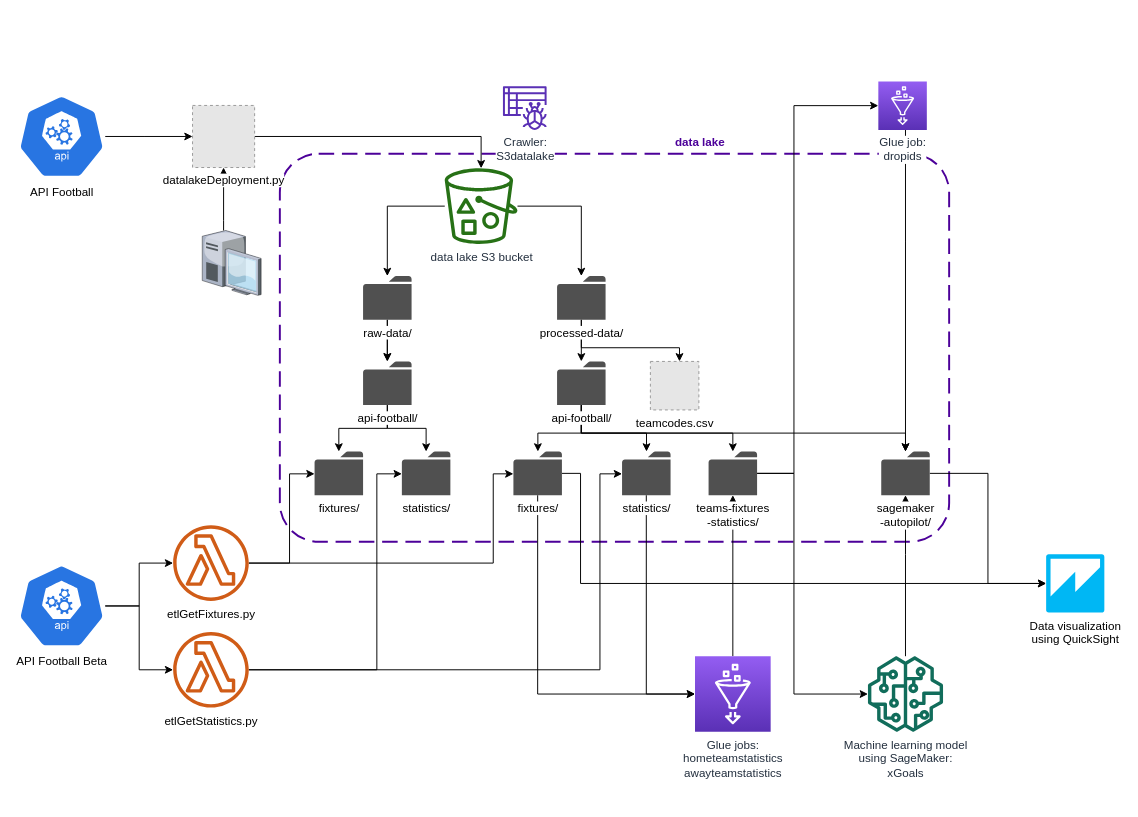
mbahra/AWS_Data_Engineer keeps this draw.io diagram as page "awsDataEngineer" (1 of 7) of draw.io/workflow.drawio. Above is the earlier version. Source tidied: cells renumbered, new cells numbered last; positions are measured from the earlier drawing's top-left corner, leaving out a move shared by most shapes. Both pictures are drawn from the tidied source at 97%, with x=0, y=0 at pixel (17, 81). Pictures stored in the file or linked from it are replaced by grey dashed boxes.
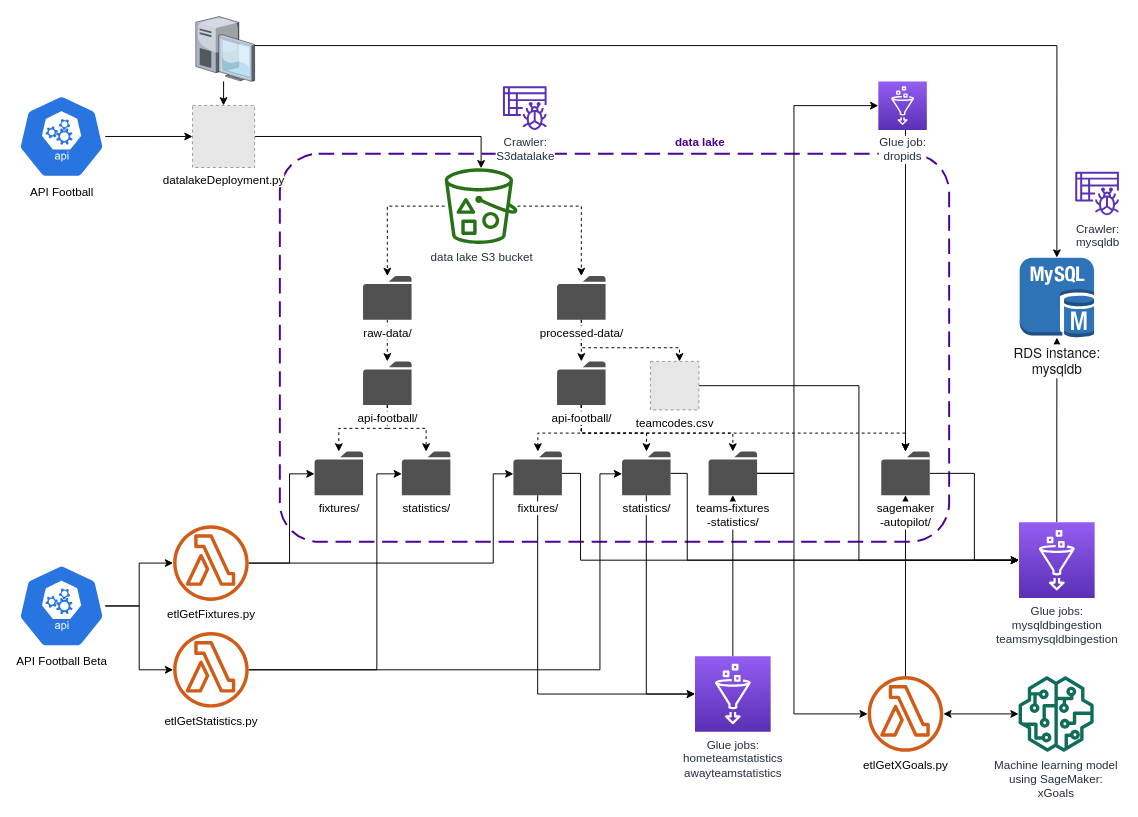
After the change.

Unchanged cells that the change refers to:
```xml
<mxCell id="22" value="fixtures/" style="shadow=0;dashed=0;html=1;strokeColor=none;fillColor=#505050;labelPosition=center;verticalLabelPosition=bottom;verticalAlign=top;outlineConnect=0;align=center;shape=mxgraph.office.concepts.folder;labelBackgroundColor=#ffffff;" parent="1" vertex="1">
  <mxGeometry x="305.8" y="382" width="50" height="45" as="geometry" />
</mxCell>
<mxCell id="23" value="statistics/" style="shadow=0;dashed=0;html=1;strokeColor=none;fillColor=#505050;labelPosition=center;verticalLabelPosition=bottom;verticalAlign=top;outlineConnect=0;align=center;shape=mxgraph.office.concepts.folder;labelBackgroundColor=#ffffff;" parent="1" vertex="1">
  <mxGeometry x="395.8" y="382" width="50" height="45" as="geometry" />
</mxCell>
<mxCell id="28" value="api-football/" style="shadow=0;dashed=0;html=1;strokeColor=none;fillColor=#505050;labelPosition=center;verticalLabelPosition=bottom;verticalAlign=top;outlineConnect=0;align=center;shape=mxgraph.office.concepts.folder;labelBackgroundColor=#ffffff;" parent="1" vertex="1">
  <mxGeometry x="555.8" y="289.1" width="50" height="45" as="geometry" />
</mxCell>
<mxCell id="31" value="fixtures/" style="shadow=0;dashed=0;html=1;strokeColor=none;fillColor=#505050;labelPosition=center;verticalLabelPosition=bottom;verticalAlign=top;outlineConnect=0;align=center;shape=mxgraph.office.concepts.folder;labelBackgroundColor=#ffffff;" parent="1" vertex="1">
  <mxGeometry x="510.8" y="382" width="50" height="45" as="geometry" />
</mxCell>
<mxCell id="33" value="statistics/" style="shadow=0;dashed=0;html=1;strokeColor=none;fillColor=#505050;labelPosition=center;verticalLabelPosition=bottom;verticalAlign=top;outlineConnect=0;align=center;shape=mxgraph.office.concepts.folder;labelBackgroundColor=#ffffff;" parent="1" vertex="1">
  <mxGeometry x="622.8" y="382" width="50" height="45" as="geometry" />
</mxCell>
<mxCell id="36" value="data lake S3 bucket" style="outlineConnect=0;fontColor=#232F3E;gradientColor=none;fillColor=#277116;strokeColor=none;dashed=0;verticalLabelPosition=bottom;verticalAlign=top;align=center;html=1;fontSize=12;fontStyle=0;shape=mxgraph.aws4.bucket_with_objects;" parent="1" vertex="1">
  <mxGeometry x="440" y="90" width="75" height="78" as="geometry" />
</mxCell>
<mxCell id="39" value="api-football/" style="shadow=0;dashed=0;html=1;strokeColor=none;fillColor=#505050;labelPosition=center;verticalLabelPosition=bottom;verticalAlign=top;outlineConnect=0;align=center;shape=mxgraph.office.concepts.folder;labelBackgroundColor=#ffffff;" parent="1" vertex="1">
  <mxGeometry x="355.8" y="289.1" width="50" height="45" as="geometry" />
</mxCell>
<mxCell id="40" value="raw-data/" style="shadow=0;dashed=0;html=1;strokeColor=none;fillColor=#505050;labelPosition=center;verticalLabelPosition=bottom;verticalAlign=top;outlineConnect=0;align=center;shape=mxgraph.office.concepts.folder;labelBackgroundColor=#ffffff;" parent="1" vertex="1">
  <mxGeometry x="355.8" y="201.1" width="50" height="45" as="geometry" />
</mxCell>
<mxCell id="42" value="processed-data/" style="shadow=0;dashed=0;html=1;strokeColor=none;fillColor=#505050;labelPosition=center;verticalLabelPosition=bottom;verticalAlign=top;outlineConnect=0;align=center;shape=mxgraph.office.concepts.folder;labelBackgroundColor=#ffffff;" parent="1" vertex="1">
  <mxGeometry x="555.8" y="201.1" width="50" height="45" as="geometry" />
</mxCell>
<mxCell id="45" value="teams-fixtures&lt;br&gt;-statistics/" style="shadow=0;dashed=0;html=1;strokeColor=none;fillColor=#505050;labelPosition=center;verticalLabelPosition=bottom;verticalAlign=top;outlineConnect=0;align=center;shape=mxgraph.office.concepts.folder;labelBackgroundColor=#ffffff;" parent="1" vertex="1">
  <mxGeometry x="712" y="382" width="50" height="45" as="geometry" />
</mxCell>
<mxCell id="47" value="sagemaker&lt;br&gt;-autopilot/" style="shadow=0;dashed=0;html=1;strokeColor=none;fillColor=#505050;labelPosition=center;verticalLabelPosition=bottom;verticalAlign=top;outlineConnect=0;align=center;shape=mxgraph.office.concepts.folder;labelBackgroundColor=#ffffff;" parent="1" vertex="1">
  <mxGeometry x="890" y="382" width="50" height="45" as="geometry" />
</mxCell>
<mxCell id="51" value="datalakeDeployment.py" style="fillColor=#E6E6E6;strokeColor=#999999;dashed=1;html=1;verticalAlign=top;verticalLabelPosition=bottom;labelBackgroundColor=#ffffff;" parent="1" vertex="1">
  <mxGeometry x="180" y="25.2" width="64" height="64" as="geometry" />
</mxCell>
<mxCell id="54" value="teamcodes.csv" style="fillColor=#E6E6E6;strokeColor=#999999;dashed=1;html=1;verticalAlign=top;verticalLabelPosition=bottom;labelBackgroundColor=#ffffff;" parent="1" vertex="1">
  <mxGeometry x="652" y="289.1" width="50" height="50" as="geometry" />
</mxCell>
```

Change to the diagram source:
```diff
@@
+    <mxCell id="57" style="edgeStyle=orthogonalEdgeStyle;rounded=0;jettySize=auto;html=1;" parent="1" edge="1" source="67" target="47">
+      <mxGeometry relative="1" as="geometry" />
+    </mxCell>
@@
-    <mxCell id="3" style="edgeStyle=orthogonalEdgeStyle;rounded=0;jettySize=auto;html=1;" parent="1" edge="1" source="40" target="39">
+    <mxCell id="3" style="edgeStyle=orthogonalEdgeStyle;rounded=0;jettySize=auto;html=1;dashed=1;" parent="1" edge="1" source="40" target="39">
       <mxGeometry relative="1" as="geometry" />
     </mxCell>
@@
-    <mxCell id="6" style="edgeStyle=orthogonalEdgeStyle;rounded=0;jettySize=auto;html=1;" parent="1" edge="1" source="7" target="47">
-      <mxGeometry relative="1" as="geometry">
-        <Array as="points">
-          <mxPoint x="915" y="488" />
-          <mxPoint x="915" y="488" />
-        </Array>
-      </mxGeometry>
-    </mxCell>
     <mxCell id="7" value="Machine learning model&lt;br&gt;using SageMaker:&lt;br&gt;xGoals" style="outlineConnect=0;fontColor=#232F3E;gradientColor=none;fillColor=#116D5B;strokeColor=none;dashed=0;verticalLabelPosition=bottom;verticalAlign=top;align=center;html=1;fontSize=12;fontStyle=0;shape=mxgraph.aws4.sagemaker_model;" parent="1" vertex="1">
-      <mxGeometry x="876" y="593" width="78" height="78" as="geometry" />
+      <mxGeometry x="1031.3" y="613.5" width="78" height="78" as="geometry" />
     </mxCell>
-    <mxCell id="8" value="Data visualization&lt;br&gt;using QuickSight" style="outlineConnect=0;dashed=0;verticalLabelPosition=bottom;verticalAlign=top;align=center;html=1;shape=mxgraph.aws3.quicksight;fillColor=#00B7F4;gradientColor=none;" parent="1" vertex="1">
-      <mxGeometry x="1060" y="488" width="60" height="60" as="geometry" />
-    </mxCell>
@@
-    <mxCell id="20" style="edgeStyle=orthogonalEdgeStyle;rounded=0;jettySize=auto;html=1;" parent="1" edge="1" source="40" target="39">
-      <mxGeometry relative="1" as="geometry" />
-    </mxCell>
-    <mxCell id="21" style="edgeStyle=orthogonalEdgeStyle;rounded=0;jettySize=auto;html=1;" parent="1" edge="1" source="42" target="28">
+    <mxCell id="21" style="edgeStyle=orthogonalEdgeStyle;rounded=0;jettySize=auto;html=1;dashed=1;" parent="1" edge="1" source="42" target="28">
       <mxGeometry relative="1" as="geometry" />
     </mxCell>
@@
-    <mxCell id="24" style="edgeStyle=orthogonalEdgeStyle;rounded=0;jettySize=auto;html=1;" parent="1" edge="1" source="28" target="31">
+    <mxCell id="24" style="edgeStyle=orthogonalEdgeStyle;rounded=0;jettySize=auto;html=1;dashed=1;" parent="1" edge="1" source="28" target="31">
       <mxGeometry relative="1" as="geometry">
         <Array as="points">
           <mxPoint x="581" y="363" />
           <mxPoint x="536" y="363" />
         </Array>
       </mxGeometry>
     </mxCell>
-    <mxCell id="25" style="edgeStyle=orthogonalEdgeStyle;rounded=0;jettySize=auto;html=1;" parent="1" edge="1" source="28" target="33">
+    <mxCell id="25" style="edgeStyle=orthogonalEdgeStyle;rounded=0;jettySize=auto;html=1;dashed=1;" parent="1" edge="1" source="28" target="33">
       <mxGeometry relative="1" as="geometry">
         <Array as="points">
           <mxPoint x="581" y="363" />
           <mxPoint x="648" y="363" />
         </Array>
       </mxGeometry>
     </mxCell>
-    <mxCell id="26" style="edgeStyle=orthogonalEdgeStyle;rounded=0;jettySize=auto;html=1;" parent="1" edge="1" source="28" target="45">
+    <mxCell id="26" style="edgeStyle=orthogonalEdgeStyle;rounded=0;jettySize=auto;html=1;dashed=1;" parent="1" edge="1" source="28" target="45">
       <mxGeometry relative="1" as="geometry">
         <Array as="points">
           <mxPoint x="581" y="363" />
           <mxPoint x="737" y="363" />
         </Array>
       </mxGeometry>
     </mxCell>
-    <mxCell id="27" style="edgeStyle=orthogonalEdgeStyle;rounded=0;jettySize=auto;html=1;" parent="1" edge="1" source="28" target="47">
+    <mxCell id="27" style="edgeStyle=orthogonalEdgeStyle;rounded=0;jettySize=auto;html=1;dashed=1;" parent="1" edge="1" source="28" target="47">
       <mxGeometry relative="1" as="geometry">
         <Array as="points">
           <mxPoint x="581" y="363" />
           <mxPoint x="915" y="363" />
         </Array>
       </mxGeometry>
     </mxCell>
@@
-    <mxCell id="30" style="edgeStyle=orthogonalEdgeStyle;rounded=0;jettySize=auto;html=1;" parent="1" edge="1" source="31" target="8">
+    <mxCell id="30" style="edgeStyle=orthogonalEdgeStyle;rounded=0;jettySize=auto;html=1;entryX=0;entryY=0.5;entryDx=0;entryDy=0;entryPerimeter=0;" parent="1" edge="1" source="31" target="63">
       <mxGeometry relative="1" as="geometry">
         <Array as="points">
-          <mxPoint x="580" y="404" />
-          <mxPoint x="580" y="518" />
+          <mxPoint x="580" y="404.5" />
+          <mxPoint x="580" y="493.5" />
+          <mxPoint x="1032" y="493.5" />
         </Array>
       </mxGeometry>
     </mxCell>
@@
+    <mxCell id="58" style="edgeStyle=orthogonalEdgeStyle;rounded=0;jettySize=auto;html=1;entryX=0;entryY=0.5;entryDx=0;entryDy=0;entryPerimeter=0;" parent="1" edge="1" source="33" target="63">
+      <mxGeometry relative="1" as="geometry">
+        <Array as="points">
+          <mxPoint x="690" y="404.5" />
+          <mxPoint x="690" y="493.5" />
+          <mxPoint x="1032" y="493.5" />
+        </Array>
+      </mxGeometry>
+    </mxCell>
@@
-    <mxCell id="34" style="edgeStyle=orthogonalEdgeStyle;rounded=0;jettySize=auto;html=1;" parent="1" edge="1" source="36" target="40">
+    <mxCell id="34" style="edgeStyle=orthogonalEdgeStyle;rounded=0;jettySize=auto;html=1;dashed=1;" parent="1" edge="1" source="36" target="40">
       <mxGeometry relative="1" as="geometry" />
     </mxCell>
-    <mxCell id="35" style="edgeStyle=orthogonalEdgeStyle;rounded=0;jettySize=auto;html=1;" parent="1" edge="1" source="36" target="42">
+    <mxCell id="35" style="edgeStyle=orthogonalEdgeStyle;rounded=0;jettySize=auto;html=1;dashed=1;" parent="1" edge="1" source="36" target="42">
       <mxGeometry relative="1" as="geometry" />
     </mxCell>
@@
-    <mxCell id="37" style="edgeStyle=orthogonalEdgeStyle;rounded=0;jettySize=auto;html=1;" parent="1" edge="1" source="39" target="22">
+    <mxCell id="37" style="edgeStyle=orthogonalEdgeStyle;rounded=0;jettySize=auto;html=1;dashed=1;" parent="1" edge="1" source="39" target="22">
       <mxGeometry relative="1" as="geometry" />
     </mxCell>
-    <mxCell id="38" style="edgeStyle=orthogonalEdgeStyle;rounded=0;jettySize=auto;html=1;" parent="1" edge="1" source="39" target="23">
+    <mxCell id="38" style="edgeStyle=orthogonalEdgeStyle;rounded=0;jettySize=auto;html=1;dashed=1;" parent="1" edge="1" source="39" target="23">
       <mxGeometry relative="1" as="geometry" />
     </mxCell>
@@
-    <mxCell id="41" style="edgeStyle=orthogonalEdgeStyle;rounded=0;jettySize=auto;html=1;" parent="1" edge="1" source="42" target="54">
+    <mxCell id="41" style="edgeStyle=orthogonalEdgeStyle;rounded=0;jettySize=auto;html=1;dashed=1;" parent="1" edge="1" source="42" target="54">
       <mxGeometry relative="1" as="geometry">
         <Array as="points">
           <mxPoint x="581" y="275" />
           <mxPoint x="682" y="275" />
         </Array>
       </mxGeometry>
     </mxCell>
@@
-    <mxCell id="44" style="edgeStyle=orthogonalEdgeStyle;rounded=0;jettySize=auto;html=1;" parent="1" edge="1" source="45" target="7">
-      <mxGeometry relative="1" as="geometry">
-        <Array as="points">
-          <mxPoint x="800" y="404" />
-          <mxPoint x="800" y="632" />
-        </Array>
-      </mxGeometry>
-    </mxCell>
+    <mxCell id="59" style="edgeStyle=orthogonalEdgeStyle;rounded=0;jettySize=auto;html=1;" parent="1" edge="1" source="45" target="67">
+      <mxGeometry relative="1" as="geometry">
+        <Array as="points">
+          <mxPoint x="800" y="404.5" />
+          <mxPoint x="800" y="652.5" />
+        </Array>
+      </mxGeometry>
+    </mxCell>
@@
-    <mxCell id="46" style="edgeStyle=orthogonalEdgeStyle;rounded=0;jettySize=auto;html=1;entryX=0;entryY=0.5;entryDx=0;entryDy=0;entryPerimeter=0;" parent="1" edge="1" source="47" target="8">
+    <mxCell id="46" style="edgeStyle=orthogonalEdgeStyle;rounded=0;jettySize=auto;html=1;entryX=0;entryY=0.5;entryDx=0;entryDy=0;entryPerimeter=0;" parent="1" edge="1" source="47" target="63">
       <mxGeometry relative="1" as="geometry" />
     </mxCell>
@@
     <mxCell id="48" style="edgeStyle=orthogonalEdgeStyle;rounded=0;jettySize=auto;html=1;" parent="1" edge="1" source="49" target="51">
       <mxGeometry relative="1" as="geometry">
         <Array as="points">
-          <mxPoint x="212" y="144" />
-          <mxPoint x="212" y="144" />
+          <mxPoint x="212" y="10.4" />
+          <mxPoint x="212" y="10.4" />
         </Array>
       </mxGeometry>
     </mxCell>
+    <mxCell id="60" style="edgeStyle=orthogonalEdgeStyle;rounded=0;jettySize=auto;html=1;entryX=0.5;entryY=0;entryDx=0;entryDy=0;entryPerimeter=0;" parent="1" edge="1" source="49" target="64">
+      <mxGeometry relative="1" as="geometry">
+        <Array as="points">
+          <mxPoint x="1071" y="-36.5" />
+        </Array>
+      </mxGeometry>
+    </mxCell>
     <mxCell id="49" style="verticalLabelPosition=bottom;html=1;verticalAlign=top;strokeColor=none;align=center;outlineConnect=0;shape=mxgraph.citrix.desktop;labelBackgroundColor=#ffffff;" parent="1" vertex="1">
-      <mxGeometry x="190" y="154.1" width="60.7" height="66.9" as="geometry" />
+      <mxGeometry x="183.3" y="-66.5" width="60.7" height="66.9" as="geometry" />
     </mxCell>
@@
+    <mxCell id="61" style="edgeStyle=orthogonalEdgeStyle;rounded=0;jettySize=auto;html=1;entryX=0;entryY=0.5;entryDx=0;entryDy=0;entryPerimeter=0;" parent="1" edge="1" source="54" target="63">
+      <mxGeometry relative="1" as="geometry" />
+    </mxCell>
@@
+    <mxCell id="62" style="edgeStyle=orthogonalEdgeStyle;rounded=0;jettySize=auto;html=1;" parent="1" edge="1" source="63" target="64">
+      <mxGeometry relative="1" as="geometry" />
+    </mxCell>
+    <mxCell id="63" value="Glue jobs:&lt;br&gt;mysqldbingestion&lt;br&gt;teamsmysqldbingestion" style="points=[[0,0,0],[0.25,0,0],[0.5,0,0],[0.75,0,0],[1,0,0],[0,1,0],[0.25,1,0],[0.5,1,0],[0.75,1,0],[1,1,0],[0,0.25,0],[0,0.5,0],[0,0.75,0],[1,0.25,0],[1,0.5,0],[1,0.75,0]];outlineConnect=0;fontColor=#232F3E;gradientColor=#945DF2;gradientDirection=north;fillColor=#5A30B5;strokeColor=#ffffff;dashed=0;verticalLabelPosition=bottom;verticalAlign=top;align=center;html=1;fontSize=12;fontStyle=0;shape=mxgraph.aws4.resourceIcon;resIcon=mxgraph.aws4.glue;" parent="1" vertex="1">
+      <mxGeometry x="1032" y="455" width="78" height="78" as="geometry" />
+    </mxCell>
+    <mxCell id="64" value="&lt;span style=&quot;color: rgb(22, 25, 31); font-family: &amp;quot;amazon ember&amp;quot;, &amp;quot;helvetica neue&amp;quot;, roboto, arial, sans-serif; font-size: 14px;&quot;&gt;RDS instance:&lt;br&gt;mysqldb&lt;/span&gt;" style="outlineConnect=0;dashed=0;verticalLabelPosition=bottom;verticalAlign=top;align=center;html=1;shape=mxgraph.aws3.mysql_db_instance;fillColor=#2E73B8;gradientColor=none;labelBackgroundColor=#ffffff;" parent="1" vertex="1">
+      <mxGeometry x="1032.7" y="182.1" width="76.7" height="82.4" as="geometry" />
+    </mxCell>
+    <mxCell id="65" value="Crawler:&lt;br&gt;mysqldb" style="fontColor=#232F3E;gradientColor=none;fillColor=#5A30B5;strokeColor=none;dashed=0;verticalLabelPosition=bottom;verticalAlign=top;align=center;html=1;fontSize=12;fontStyle=0;shape=mxgraph.aws4.glue_crawlers;labelBackgroundColor=#ffffff;" parent="1" vertex="1">
+      <mxGeometry x="1090" y="93.5" width="45" height="45" as="geometry" />
+    </mxCell>
+    <mxCell id="66" style="edgeStyle=orthogonalEdgeStyle;rounded=0;jettySize=auto;html=1;startArrow=classic;startFill=1;" parent="1" edge="1" source="67" target="7">
+      <mxGeometry relative="1" as="geometry" />
+    </mxCell>
+    <mxCell id="67" value="&lt;font color=&quot;#000000&quot;&gt;etlGetXGoals.py&lt;/font&gt;" style="outlineConnect=0;fontColor=#232F3E;gradientColor=none;fillColor=#D05C17;strokeColor=none;dashed=0;verticalLabelPosition=bottom;verticalAlign=top;align=center;html=1;fontSize=12;fontStyle=0;shape=mxgraph.aws4.lambda_function;" parent="1" vertex="1">
+      <mxGeometry x="876" y="613.5" width="78" height="78" as="geometry" />
+    </mxCell>
```
